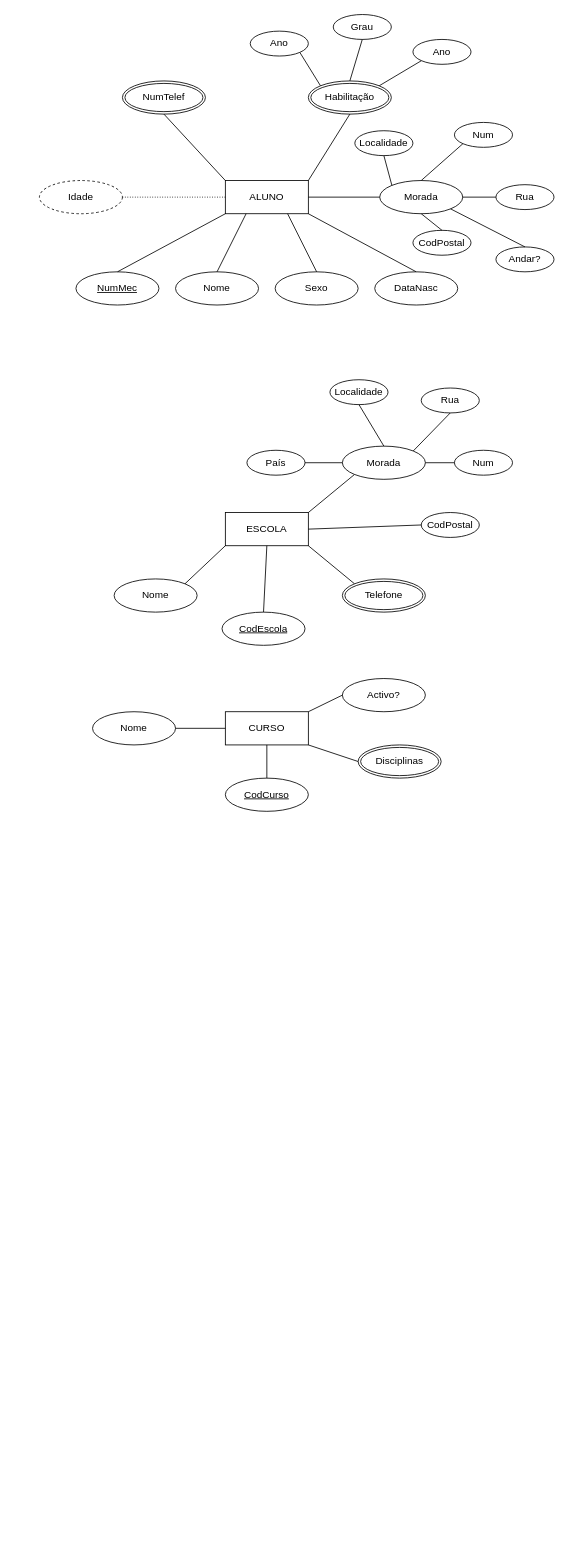
The draw.io diagram DiagramaEscolar.drawio in HenriqueUniLogic/turma2p2024_diagramas, before the edit. Source tidied: cells renumbered, new cells numbered last; positions are measured from the earlier drawing's top-left corner, leaving out a move shared by most shapes. Both pictures are drawn from the tidied source at 83%, with x=0, y=0 at pixel (39, 14).
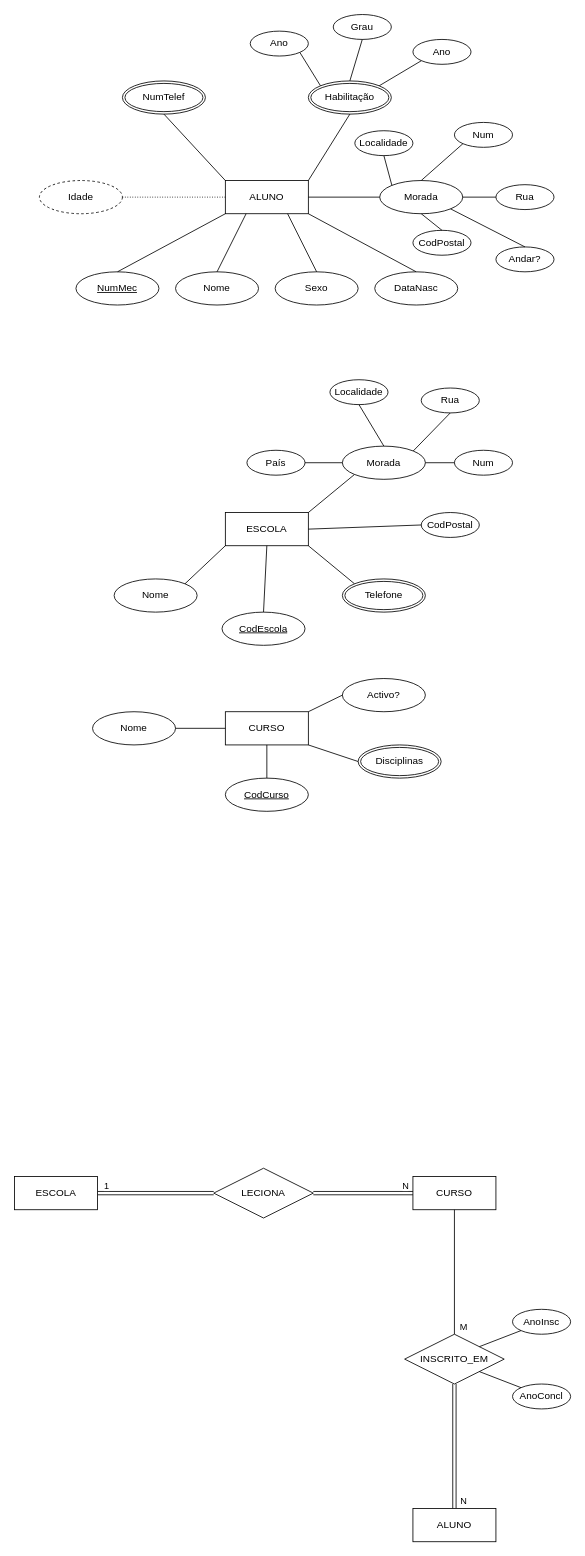
The same page after the edit.

What changed in the source:
```diff
@@
+    <mxCell id="64" style="edgeStyle=orthogonalEdgeStyle;rounded=0;jettySize=auto;html=1;exitX=1;exitY=0.5;exitDx=0;exitDy=0;entryX=0;entryY=0.5;entryDx=0;entryDy=0;shape=link;" parent="1" edge="1" source="66" target="70">
+      <mxGeometry relative="1" as="geometry" />
+    </mxCell>
+    <mxCell id="65" value="1" style="edgeLabel;html=1;align=center;verticalAlign=middle;" parent="64" vertex="1">
+      <mxGeometry x="-0.7" y="-1" relative="1" as="geometry">
+        <mxPoint x="-11" y="-11" as="offset" />
+      </mxGeometry>
+    </mxCell>
+    <mxCell id="66" value="ESCOLA" style="whiteSpace=wrap;html=1;align=center;" parent="1" vertex="1">
+      <mxGeometry x="-30" y="1400" width="100" height="40" as="geometry" />
+    </mxCell>
+    <mxCell id="67" value="CURSO" style="whiteSpace=wrap;html=1;align=center;" parent="1" vertex="1">
+      <mxGeometry x="450" y="1400" width="100" height="40" as="geometry" />
+    </mxCell>
+    <mxCell id="68" style="edgeStyle=orthogonalEdgeStyle;rounded=0;jettySize=auto;html=1;exitX=1;exitY=0.5;exitDx=0;exitDy=0;entryX=0;entryY=0.5;entryDx=0;entryDy=0;shape=link;" parent="1" edge="1" source="70" target="67">
+      <mxGeometry relative="1" as="geometry" />
+    </mxCell>
+    <mxCell id="69" value="N" style="edgeLabel;html=1;align=center;verticalAlign=middle;" parent="68" vertex="1">
+      <mxGeometry x="0.65" relative="1" as="geometry">
+        <mxPoint x="11" y="-10" as="offset" />
+      </mxGeometry>
+    </mxCell>
+    <mxCell id="70" value="LECIONA" style="shape=rhombus;perimeter=rhombusPerimeter;whiteSpace=wrap;html=1;align=center;" parent="1" vertex="1">
+      <mxGeometry x="210" y="1390" width="120" height="60" as="geometry" />
+    </mxCell>
+    <mxCell id="71" style="edgeStyle=orthogonalEdgeStyle;rounded=0;jettySize=auto;html=1;exitX=0.5;exitY=1;exitDx=0;exitDy=0;entryX=0.5;entryY=0;entryDx=0;entryDy=0;shape=link;" parent="1" edge="1" source="73" target="74">
+      <mxGeometry relative="1" as="geometry" />
+    </mxCell>
+    <mxCell id="72" value="N" style="edgeLabel;html=1;align=center;verticalAlign=middle;" parent="71" vertex="1">
+      <mxGeometry x="0.73" y="2" relative="1" as="geometry">
+        <mxPoint x="8" y="10" as="offset" />
+      </mxGeometry>
+    </mxCell>
+    <mxCell id="73" value="INSCRITO_EM" style="shape=rhombus;perimeter=rhombusPerimeter;whiteSpace=wrap;html=1;align=center;" parent="1" vertex="1">
+      <mxGeometry x="440" y="1590" width="120" height="60" as="geometry" />
+    </mxCell>
+    <mxCell id="74" value="ALUNO" style="whiteSpace=wrap;html=1;align=center;" parent="1" vertex="1">
+      <mxGeometry x="450" y="1800" width="100" height="40" as="geometry" />
+    </mxCell>
+    <mxCell id="75" value="AnoConcl" style="ellipse;whiteSpace=wrap;html=1;align=center;" parent="1" vertex="1">
+      <mxGeometry x="570" y="1650" width="70" height="30" as="geometry" />
+    </mxCell>
+    <mxCell id="76" value="AnoInsc" style="ellipse;whiteSpace=wrap;html=1;align=center;" parent="1" vertex="1">
+      <mxGeometry x="570" y="1560" width="70" height="30" as="geometry" />
+    </mxCell>
+    <mxCell id="77" style="endArrow=none;html=1;rounded=0;exitX=1;exitY=0;exitDx=0;exitDy=0;entryX=0;entryY=1;entryDx=0;entryDy=0;" parent="1" edge="1" source="73" target="76">
+      <mxGeometry relative="1" as="geometry" />
+    </mxCell>
+    <mxCell id="78" style="endArrow=none;html=1;rounded=0;exitX=1;exitY=1;exitDx=0;exitDy=0;entryX=0;entryY=0;entryDx=0;entryDy=0;" parent="1" edge="1" source="73" target="75">
+      <mxGeometry relative="1" as="geometry" />
+    </mxCell>
+    <mxCell id="79" style="endArrow=none;html=1;rounded=0;exitX=0.5;exitY=1;exitDx=0;exitDy=0;entryX=0.5;entryY=0;entryDx=0;entryDy=0;" parent="1" edge="1" source="67" target="73">
+      <mxGeometry relative="1" as="geometry" />
+    </mxCell>
+    <mxCell id="80" value="M" style="edgeLabel;html=1;align=center;verticalAlign=middle;" parent="79" vertex="1">
+      <mxGeometry x="-0.77" y="-2" relative="1" as="geometry">
+        <mxPoint x="12" y="123" as="offset" />
+      </mxGeometry>
+    </mxCell>
```
